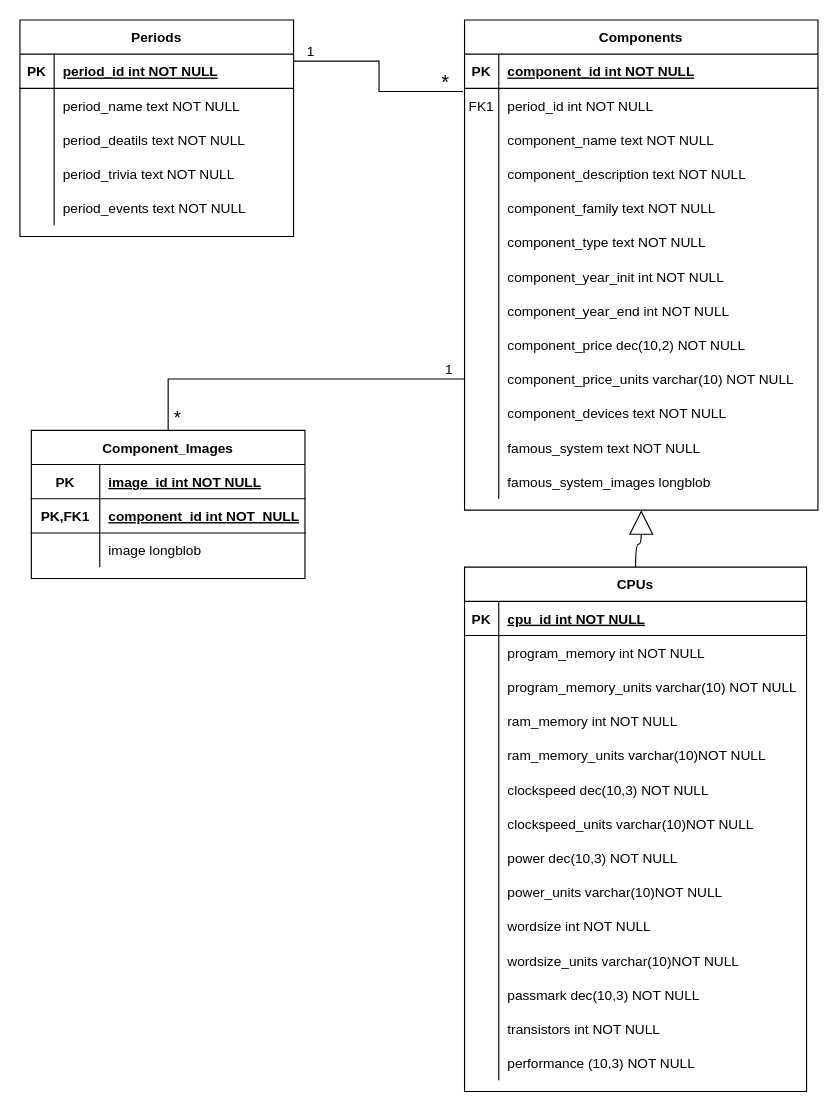
This is documentacion/figures/database_e-r.drawio from isafdezpe/museo-eii, a draw.io file, before an edit. Source tidied: cells renumbered, new cells numbered last; positions are measured from the earlier drawing's top-left corner, leaving out a move shared by most shapes. Both pictures are drawn from the tidied source at 114%, with x=0, y=0 at pixel (19, 19).
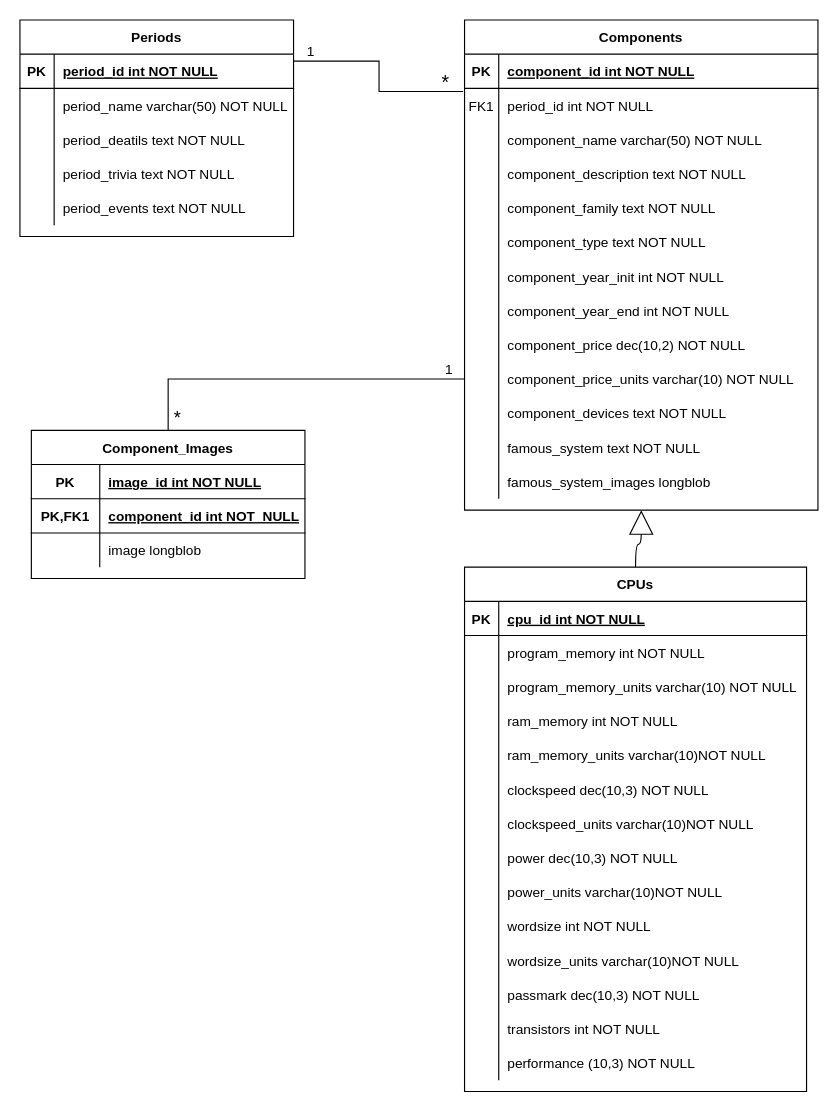
The same diagram, later.

Unchanged cells that the change refers to:
```xml
<mxCell id="9" style="shape=partialRectangle;fillColor=none;top=0;left=0;right=0;bottom=0;" parent="2" vertex="1">
  <mxGeometry y="90" width="310" height="30" as="geometry" />
</mxCell>
<mxCell id="90" style="shape=partialRectangle;fillColor=none;top=0;left=0;right=0;bottom=0;" parent="86" vertex="1">
  <mxGeometry y="60" width="240" height="30" as="geometry" />
</mxCell>
```

What changed in the source:
```diff
@@
-    <mxCell id="11" value="component_name text NOT NULL" style="shape=partialRectangle;overflow=hidden;fillColor=none;top=0;left=0;bottom=0;right=0;align=left;spacingLeft=6;" parent="9" vertex="1">
+    <mxCell id="11" value="component_name varchar(50) NOT NULL" style="shape=partialRectangle;overflow=hidden;fillColor=none;top=0;left=0;bottom=0;right=0;align=left;spacingLeft=6;" parent="9" vertex="1">
       <mxGeometry x="30" width="280" height="30" as="geometry" />
     </mxCell>
@@
-    <mxCell id="92" value="period_name text NOT NULL" style="shape=partialRectangle;overflow=hidden;fillColor=none;top=0;left=0;bottom=0;right=0;align=left;spacingLeft=6;" parent="90" vertex="1">
+    <mxCell id="92" value="period_name varchar(50) NOT NULL" style="shape=partialRectangle;overflow=hidden;fillColor=none;top=0;left=0;bottom=0;right=0;align=left;spacingLeft=6;" parent="90" vertex="1">
       <mxGeometry x="30" width="210" height="30" as="geometry" />
     </mxCell>
```
